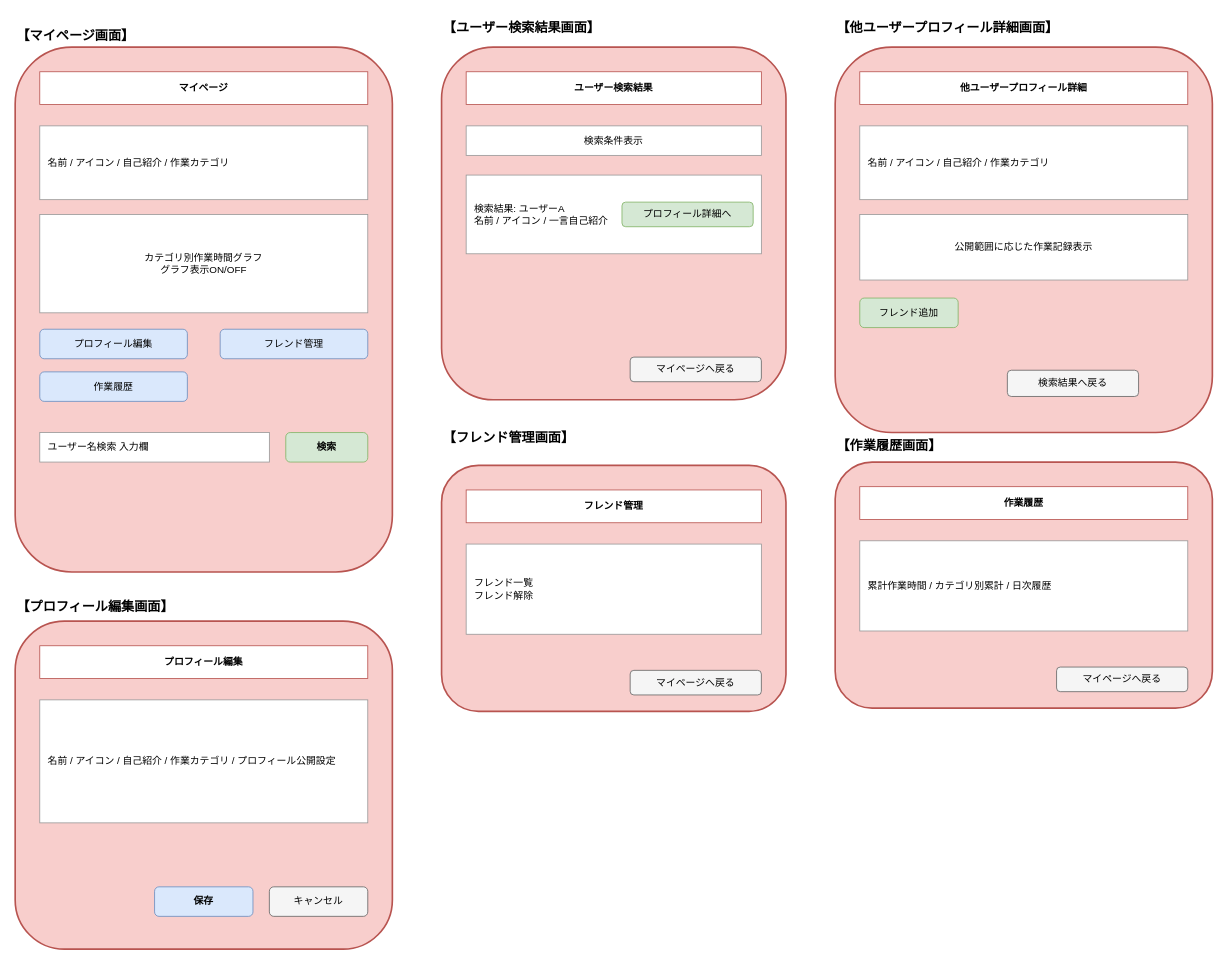
Above: page "マイページ・ソーシャル" (3 of 4) of docs/screen_wireframe.drawio in yuu-ux/online-workspace (draw.io), before the change. Source tidied: cells renumbered, new cells numbered last; positions are measured from the earlier drawing's top-left corner, leaving out a move shared by most shapes. Both pictures are drawn from the tidied source at 82%, with x=0, y=0 at pixel (15, 14).
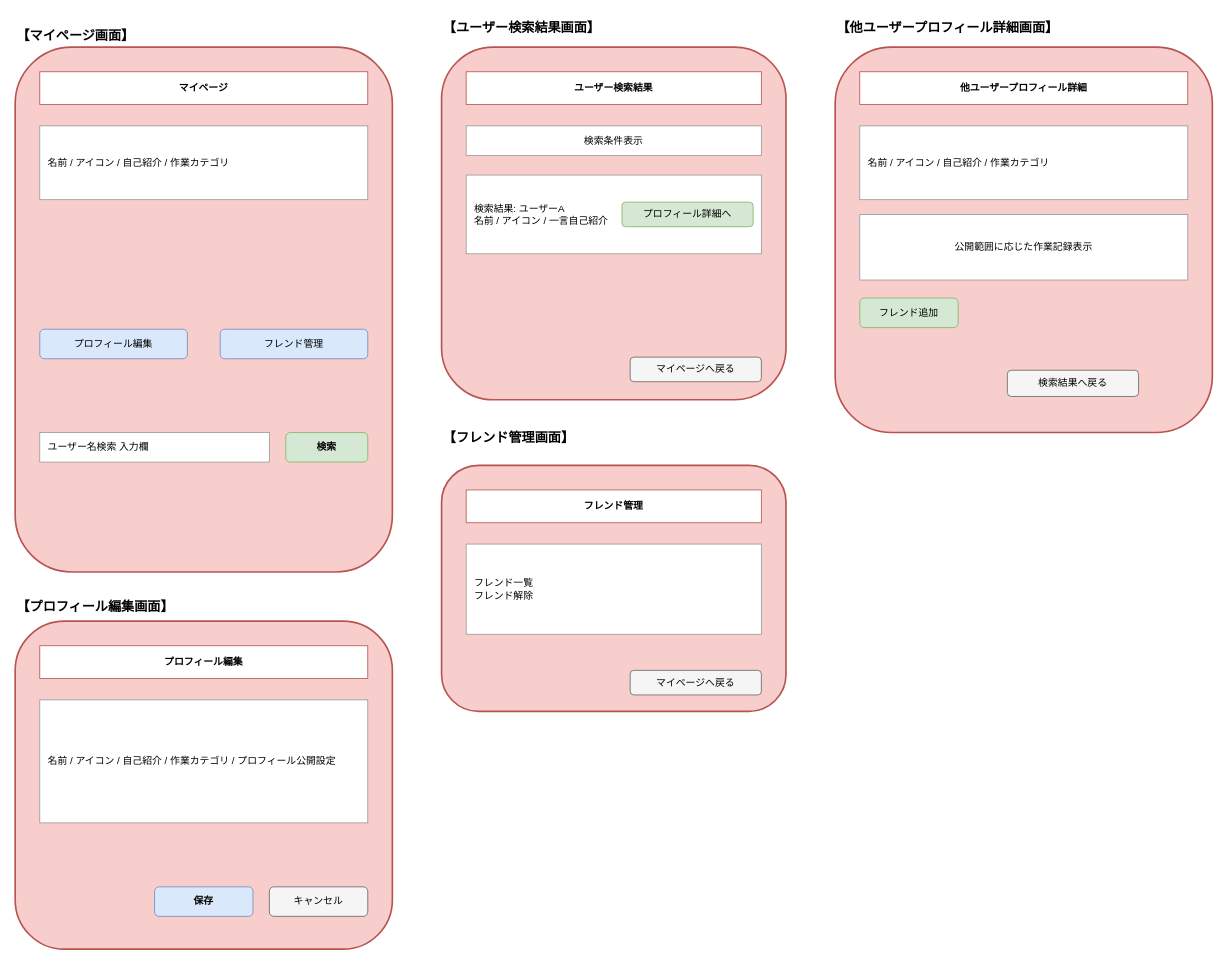
The same page after the edit.

Change to the diagram source:
```diff
@@
-    <mxCell id="6" value="カテゴリ別作業時間グラフ&#10;グラフ表示ON/OFF" style="rounded=0;whiteSpace=wrap;html=1;fillColor=#ffffff;strokeColor=#999999;" parent="1" vertex="1">
-      <mxGeometry x="30" y="244" width="400" height="120" as="geometry" />
-    </mxCell>
@@
-    <mxCell id="9" value="作業履歴" style="rounded=1;whiteSpace=wrap;html=1;fillColor=#dae8fc;strokeColor=#6c8ebf;" parent="1" vertex="1">
-      <mxGeometry x="30" y="436" width="180" height="36" as="geometry" />
-    </mxCell>
@@
-    <mxCell id="37" value="【作業履歴画面】" style="text;html=1;strokeColor=none;fillColor=none;fontStyle=1;fontSize=16;" parent="1" vertex="1">
-      <mxGeometry x="1000" y="510" width="180" height="20" as="geometry" />
-    </mxCell>
-    <mxCell id="38" style="rounded=1;whiteSpace=wrap;html=1;fillColor=#f8cecc;strokeColor=#b85450;strokeWidth=2;" parent="1" vertex="1">
-      <mxGeometry x="1000" y="546" width="460" height="300" as="geometry" />
-    </mxCell>
-    <mxCell id="39" value="作業履歴" style="rounded=0;whiteSpace=wrap;html=1;fillColor=#ffffff;strokeColor=#b85450;fontStyle=1;" parent="1" vertex="1">
-      <mxGeometry x="1030" y="576" width="400" height="40" as="geometry" />
-    </mxCell>
-    <mxCell id="40" value="累計作業時間 / カテゴリ別累計 / 日次履歴" style="rounded=0;whiteSpace=wrap;html=1;fillColor=#ffffff;strokeColor=#999999;align=left;spacingLeft=8;" parent="1" vertex="1">
-      <mxGeometry x="1030" y="642" width="400" height="110" as="geometry" />
-    </mxCell>
-    <mxCell id="41" value="マイページへ戻る" style="rounded=1;whiteSpace=wrap;html=1;fillColor=#f5f5f5;strokeColor=#666666;" parent="1" vertex="1">
-      <mxGeometry x="1270" y="796" width="160" height="30" as="geometry" />
-    </mxCell>
```
